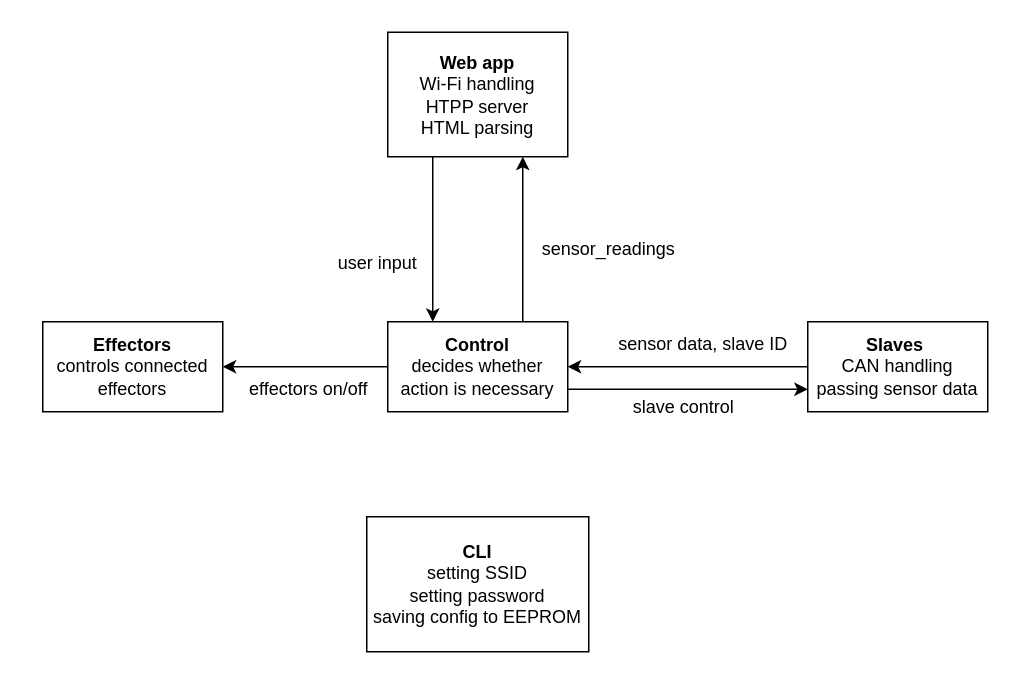
This is Software/Master/docs/master_module_block.drawio from woloszw/swaw-fire-protection-system, a draw.io file, before an edit. Source tidied: cells renumbered, new cells numbered last; positions are measured from the earlier drawing's top-left corner, leaving out a move shared by most shapes. Both pictures are drawn from the tidied source at 150%, with x=0, y=0 at pixel (42, 32).
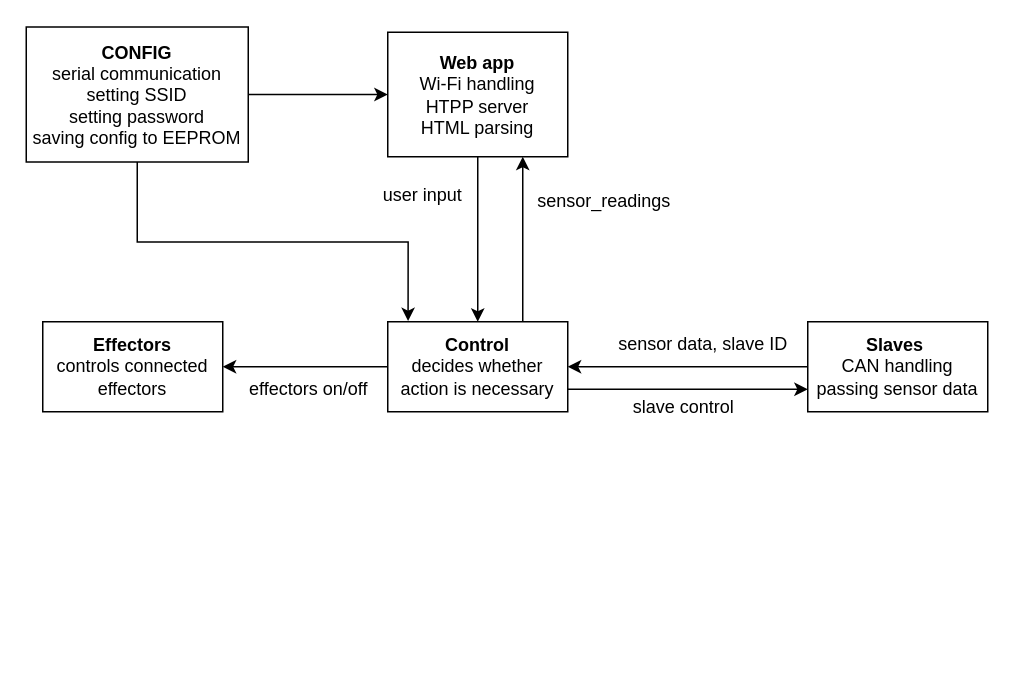
The same page after the edit.

What changed in the source:
```diff
@@
 <mxGraphModel>
   <root>
     <mxCell id="0" />
     <mxCell id="1" parent="0" />
     <mxCell id="2" style="edgeStyle=orthogonalEdgeStyle;rounded=0;jettySize=auto;html=1;exitX=0;exitY=0.5;exitDx=0;exitDy=0;entryX=1;entryY=0.5;entryDx=0;entryDy=0;" parent="1" edge="1" source="3" target="4">
       <mxGeometry relative="1" as="geometry" />
     </mxCell>
     <mxCell id="3" value="&lt;b&gt;Slaves&amp;nbsp;&lt;/b&gt;&lt;br&gt;CAN handling&lt;br&gt;passing sensor data" style="rounded=0;whiteSpace=wrap;html=1;" parent="1" vertex="1">
       <mxGeometry x="510" y="193" width="120" height="60" as="geometry" />
     </mxCell>
     <mxCell id="4" value="&lt;b&gt;Control&lt;/b&gt;&lt;br&gt;decides whether action is necessary" style="rounded=0;whiteSpace=wrap;html=1;" parent="1" vertex="1">
       <mxGeometry x="230" y="193" width="120" height="60" as="geometry" />
     </mxCell>
-    <mxCell id="5" style="edgeStyle=orthogonalEdgeStyle;rounded=0;jettySize=auto;html=1;exitX=0.25;exitY=1;exitDx=0;exitDy=0;entryX=0.25;entryY=0;entryDx=0;entryDy=0;" parent="1" edge="1" source="6" target="4">
+    <mxCell id="5" style="edgeStyle=orthogonalEdgeStyle;rounded=0;jettySize=auto;html=1;exitX=0.5;exitY=1;exitDx=0;exitDy=0;entryX=0.5;entryY=0;entryDx=0;entryDy=0;" parent="1" edge="1" source="6" target="4">
       <mxGeometry relative="1" as="geometry" />
     </mxCell>
     <mxCell id="6" value="&lt;b&gt;Web app&lt;/b&gt;&lt;br&gt;Wi-Fi handling&lt;br&gt;HTPP server&lt;br&gt;HTML parsing" style="rounded=0;whiteSpace=wrap;html=1;" parent="1" vertex="1">
       <mxGeometry x="230" width="120" height="83" as="geometry" />
     </mxCell>
     <mxCell id="7" value="&lt;b&gt;Effectors&lt;/b&gt;&lt;br&gt;controls connected effectors" style="rounded=0;whiteSpace=wrap;html=1;" parent="1" vertex="1">
       <mxGeometry y="193" width="120" height="60" as="geometry" />
     </mxCell>
     <mxCell id="8" value="sensor data, slave ID" style="text;html=1;align=center;verticalAlign=middle;strokeColor=none;fillColor=none;" parent="1" vertex="1">
       <mxGeometry x="370" y="193" width="140" height="30" as="geometry" />
     </mxCell>
     <mxCell id="9" style="endArrow=classic;html=1;rounded=0;exitX=0;exitY=0.5;exitDx=0;exitDy=0;entryX=1;entryY=0.5;entryDx=0;entryDy=0;" parent="1" edge="1" source="4" target="7">
       <mxGeometry relative="1" as="geometry" />
     </mxCell>
     <mxCell id="10" value="effectors on/off" style="text;html=1;align=center;verticalAlign=middle;strokeColor=none;fillColor=none;" parent="1" vertex="1">
       <mxGeometry x="127" y="223" width="100" height="30" as="geometry" />
     </mxCell>
     <mxCell id="11" style="endArrow=classic;html=1;rounded=0;exitX=1;exitY=0.75;exitDx=0;exitDy=0;entryX=0;entryY=0.75;entryDx=0;entryDy=0;" parent="1" edge="1" source="4" target="3">
       <mxGeometry relative="1" as="geometry" />
     </mxCell>
     <mxCell id="12" value="slave control" style="text;html=1;align=center;verticalAlign=middle;strokeColor=none;fillColor=none;" parent="1" vertex="1">
       <mxGeometry x="384" y="237" width="85" height="26" as="geometry" />
     </mxCell>
     <mxCell id="13" value="user input" style="text;html=1;align=center;verticalAlign=middle;strokeColor=none;fillColor=none;" parent="1" vertex="1">
-      <mxGeometry x="187" y="141" width="71" height="26" as="geometry" />
+      <mxGeometry x="217" y="96" width="71" height="26" as="geometry" />
     </mxCell>
     <mxCell id="14" style="endArrow=classic;html=1;rounded=0;exitX=0.75;exitY=0;exitDx=0;exitDy=0;entryX=0.75;entryY=1;entryDx=0;entryDy=0;" parent="1" edge="1" source="4" target="6">
       <mxGeometry relative="1" as="geometry" />
     </mxCell>
     <mxCell id="15" value="sensor_readings" style="text;html=1;align=center;verticalAlign=middle;strokeColor=none;fillColor=none;" parent="1" vertex="1">
-      <mxGeometry x="323" y="132" width="107" height="26" as="geometry" />
+      <mxGeometry x="320" y="100" width="107" height="26" as="geometry" />
     </mxCell>
+    <mxCell id="17" style="edgeStyle=orthogonalEdgeStyle;rounded=0;jettySize=auto;html=1;exitX=1;exitY=0.5;exitDx=0;exitDy=0;entryX=0;entryY=0.5;entryDx=0;entryDy=0;" parent="1" edge="1" source="16" target="6">
+      <mxGeometry relative="1" as="geometry" />
+    </mxCell>
+    <mxCell id="18" style="edgeStyle=orthogonalEdgeStyle;rounded=0;jettySize=auto;html=1;exitX=0.5;exitY=1;exitDx=0;exitDy=0;entryX=0.113;entryY=-0.007;entryDx=0;entryDy=0;entryPerimeter=0;" parent="1" edge="1" source="16" target="4">
+      <mxGeometry relative="1" as="geometry" />
+    </mxCell>
-    <mxCell id="16" value="&lt;b&gt;CLI&lt;/b&gt;&lt;br&gt;setting SSID&lt;br&gt;setting password&lt;br&gt;saving config to EEPROM" style="rounded=0;whiteSpace=wrap;html=1;" parent="1" vertex="1">
-      <mxGeometry x="216" y="323" width="148" height="90" as="geometry" />
+    <mxCell id="16" value="&lt;b&gt;CONFIG&lt;/b&gt;&lt;br&gt;serial communication&lt;br&gt;setting SSID&lt;br&gt;setting password&lt;br&gt;saving config to EEPROM" style="rounded=0;whiteSpace=wrap;html=1;" parent="1" vertex="1">
+      <mxGeometry x="-11" y="-3.5" width="148" height="90" as="geometry" />
     </mxCell>
   </root>
 </mxGraphModel>
```
